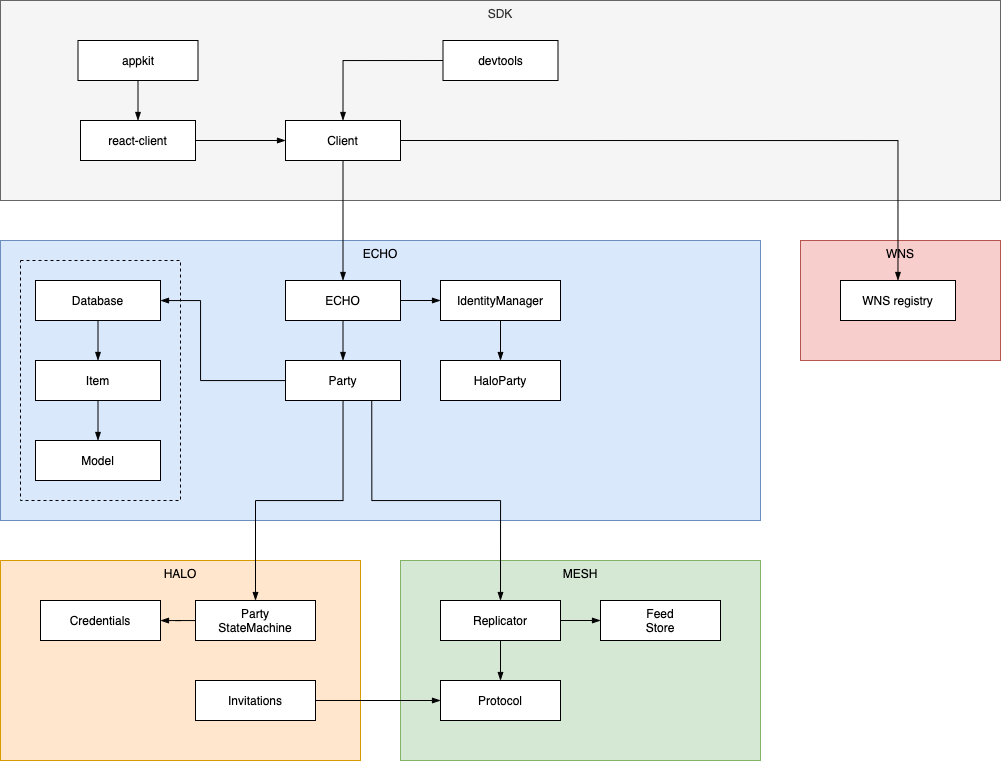
This is docs/content/diagrams/dependencies.png from dxos/dxos, a draw.io export, as it was before one commit. Source tidied: cells renumbered, new cells last; positions are measured from the earlier drawing's top-left corner, leaving out a move shared by most shapes.
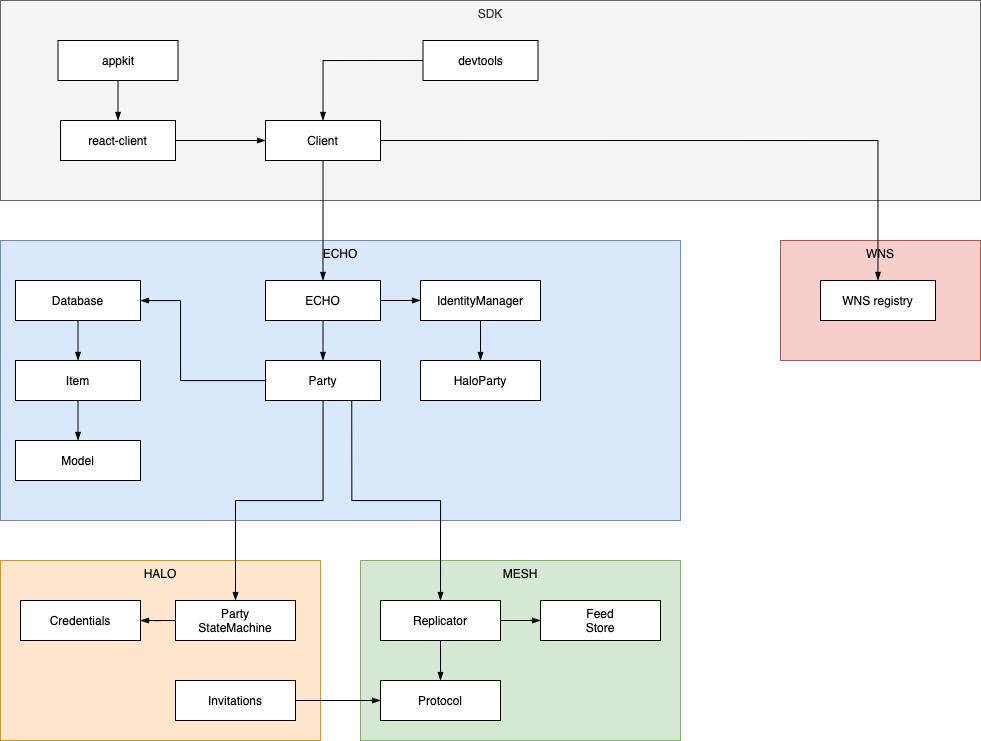
Above is the later version.

The edit, as a diff of the source:
```diff
@@ -3,19 +3,16 @@
     <mxCell id="0" />
     <mxCell id="1" parent="0" />
     <mxCell id="2" value="ECHO" style="rounded=0;whiteSpace=wrap;html=1;verticalAlign=top;fillColor=#dae8fc;strokeColor=#6c8ebf;" parent="1" vertex="1">
-      <mxGeometry y="240" width="760" height="280" as="geometry" />
+      <mxGeometry x="20" y="240" width="680" height="280" as="geometry" />
     </mxCell>
-    <mxCell id="3" style="rounded=0;whiteSpace=wrap;html=1;fillColor=none;dashed=1;" parent="1" vertex="1">
-      <mxGeometry x="20" y="260" width="160" height="240" as="geometry" />
-    </mxCell>
     <mxCell id="4" value="WNS" style="rounded=0;whiteSpace=wrap;html=1;verticalAlign=top;fillColor=#f8cecc;strokeColor=#b85450;" parent="1" vertex="1">
       <mxGeometry x="800" y="240" width="200" height="120" as="geometry" />
     </mxCell>
     <mxCell id="5" value="MESH" style="rounded=0;whiteSpace=wrap;html=1;verticalAlign=top;fillColor=#d5e8d4;strokeColor=#82b366;" parent="1" vertex="1">
-      <mxGeometry x="400" y="560" width="360" height="200" as="geometry" />
+      <mxGeometry x="380" y="560" width="320" height="180" as="geometry" />
     </mxCell>
     <mxCell id="6" value="HALO" style="rounded=0;whiteSpace=wrap;html=1;verticalAlign=top;fillColor=#ffe6cc;strokeColor=#d79b00;" parent="1" vertex="1">
-      <mxGeometry y="560" width="360" height="200" as="geometry" />
+      <mxGeometry x="20" y="560" width="320" height="180" as="geometry" />
     </mxCell>
     <mxCell id="7" style="edgeStyle=orthogonalEdgeStyle;rounded=0;jettySize=auto;html=1;endArrow=blockThin;endFill=1;" parent="1" edge="1" source="8" target="23">
       <mxGeometry relative="1" as="geometry" />
@@ -50,7 +47,7 @@
       <mxGeometry x="285" y="360" width="115" height="40" as="geometry" />
     </mxCell>
     <mxCell id="16" value="Protocol" style="rounded=0;whiteSpace=wrap;html=1;" parent="1" vertex="1">
-      <mxGeometry x="440" y="680" width="120" height="40" as="geometry" />
+      <mxGeometry x="400" y="680" width="120" height="40" as="geometry" />
     </mxCell>
     <mxCell id="17" style="edgeStyle=orthogonalEdgeStyle;rounded=0;jettySize=auto;html=1;endArrow=blockThin;endFill=1;" parent="1" edge="1" source="19" target="16">
       <mxGeometry relative="1" as="geometry" />
@@ -59,10 +56,10 @@
       <mxGeometry relative="1" as="geometry" />
     </mxCell>
     <mxCell id="19" value="Replicator" style="rounded=0;whiteSpace=wrap;html=1;" parent="1" vertex="1">
-      <mxGeometry x="440" y="600" width="120" height="40" as="geometry" />
+      <mxGeometry x="400" y="600" width="120" height="40" as="geometry" />
     </mxCell>
     <mxCell id="20" value="Feed&lt;br&gt;Store" style="rounded=0;whiteSpace=wrap;html=1;" parent="1" vertex="1">
-      <mxGeometry x="600" y="600" width="120" height="40" as="geometry" />
+      <mxGeometry x="560" y="600" width="120" height="40" as="geometry" />
     </mxCell>
     <mxCell id="21" style="edgeStyle=orthogonalEdgeStyle;rounded=0;jettySize=auto;html=1;endArrow=blockThin;endFill=1;" parent="1" edge="1" source="22" target="25">
       <mxGeometry relative="1" as="geometry" />
@@ -92,7 +89,7 @@
       <mxGeometry x="35" y="440" width="125" height="40" as="geometry" />
     </mxCell>
     <mxCell id="30" value="SDK" style="rounded=0;whiteSpace=wrap;html=1;verticalAlign=top;fillColor=#f5f5f5;strokeColor=#666666;fontColor=#333333;" parent="1" vertex="1">
-      <mxGeometry width="1000" height="200" as="geometry" />
+      <mxGeometry x="20" width="980" height="200" as="geometry" />
     </mxCell>
     <mxCell id="31" style="edgeStyle=orthogonalEdgeStyle;rounded=0;jettySize=auto;html=1;entryX=0.5;entryY=0;entryDx=0;entryDy=0;endArrow=blockThin;endFill=1;" parent="1" edge="1" source="33" target="10">
       <mxGeometry relative="1" as="geometry" />
```
